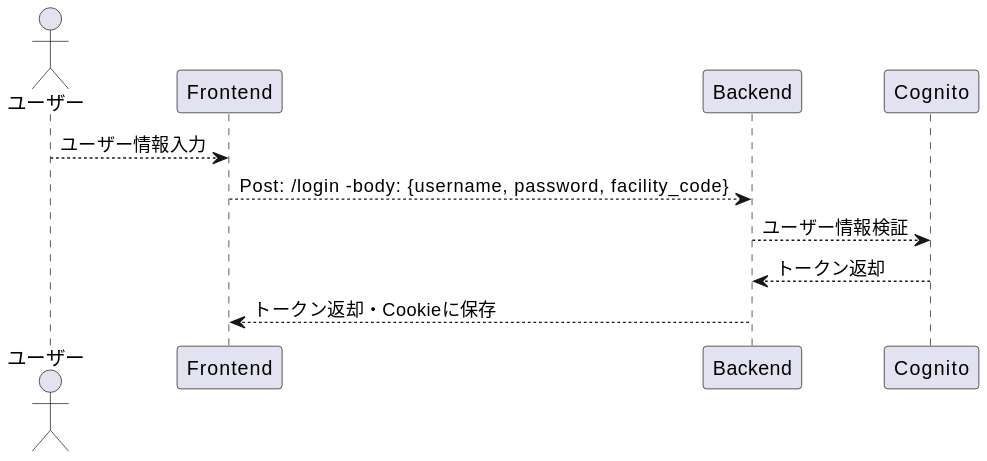
The PlantUML diagram src/diagrams-svg/Sequence/Auth/Login.svg in Fukuemon/buddy_design_docs, before a commit.
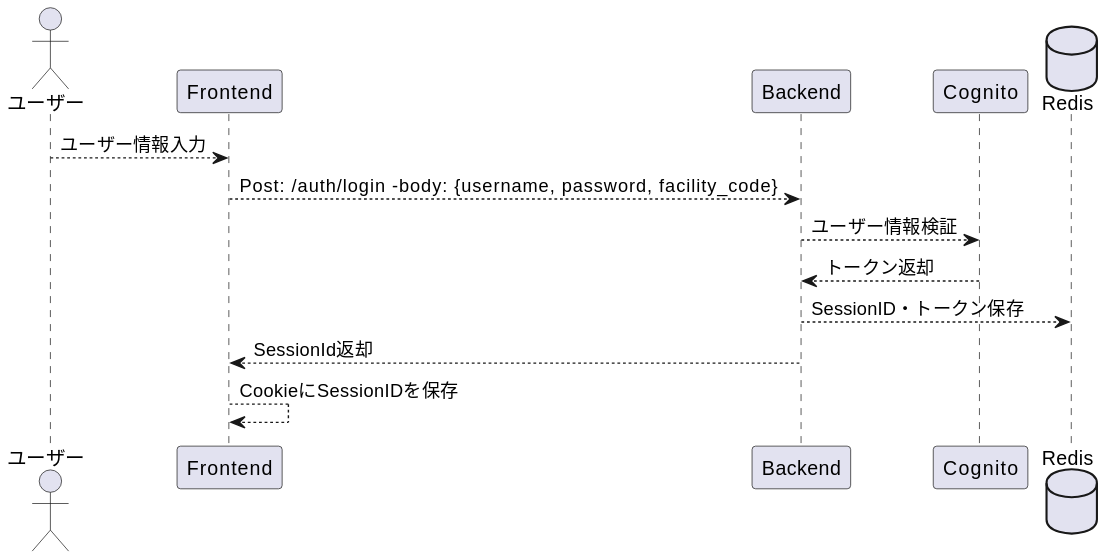
The same diagram one commit later.

What changed in the source:
```diff
@@ -3,10 +3,13 @@
 Participant Frontend as Front
 Participant Backend as Back
 Participant Cognito
+Database Redis
 
 ユーザー --> Front: ユーザー情報入力
-Front --> Back: Post: /login -body: {username, password, facility_code}
+Front --> Back: Post: /auth/login -body: {username, password, facility_code}
 Back --> Cognito: ユーザー情報検証
 Cognito --> Back: トークン返却
-Back --> Front: トークン返却・Cookieに保存
+Back --> Redis: SessionID・トークン保存
+Back --> Front: SessionId返却
+Front --> Front: CookieにSessionIDを保存
 @enduml
```
